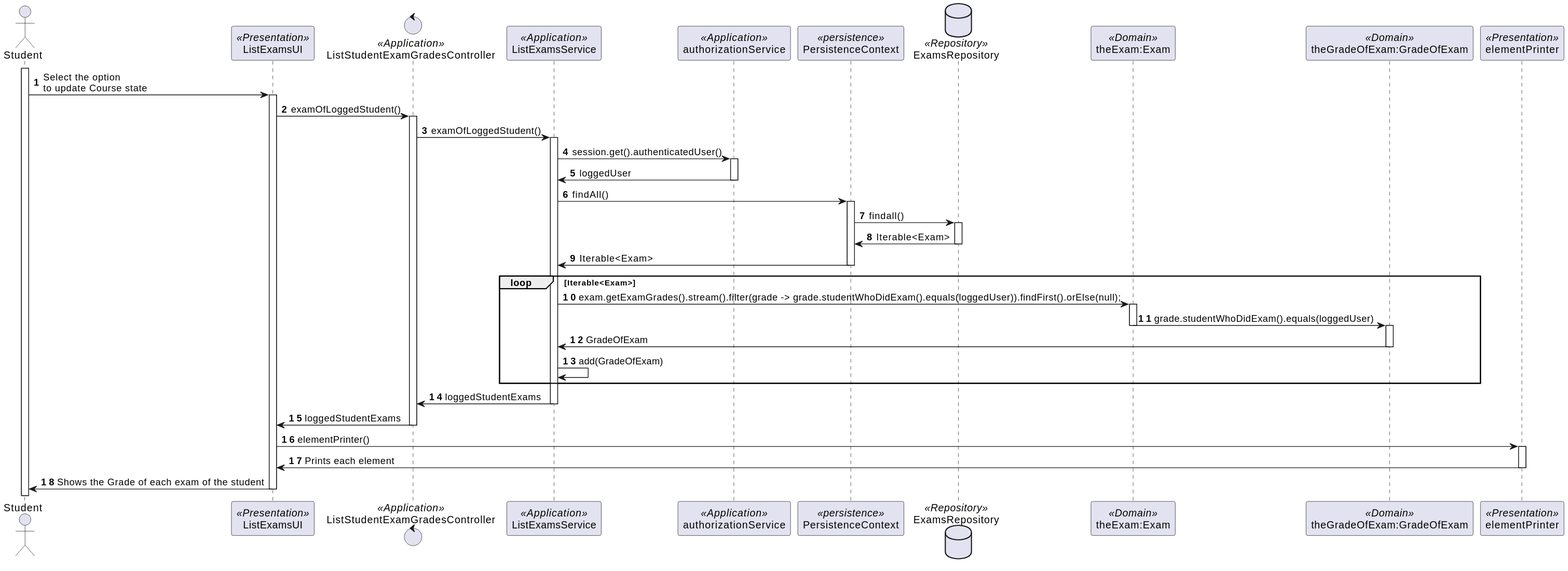
Above: docs/SPRINT C/US2005 - Student List of Grades/US2005-SD.svg in mascenso/isep-sem4-lapr4 (PlantUML), before the change. Its diagram source:
```plantuml
@startuml

autonumber

actor Student as Actor
activate Actor
participant ListExamsUI as UI <<Presentation>>
control ListStudentExamGradesController as Controller <<Application>>
participant ListExamsService as Service <<Application>>
participant authorizationService as AuthService <<Application>>
participant PersistenceContext as Persistence <<persistence>>
database ExamsRepository as Repository <<Repository>>
participant "theExam:Exam" as Exam <<Domain>>
participant "theGradeOfExam:GradeOfExam" as GradeOfExam <<Domain>>
participant elementPrinter as Printer <<Presentation>>

Actor -> UI: Select the option \nto update Course state
activate UI
UI -> Controller: examOfLoggedStudent()
activate Controller
Controller -> Service: examOfLoggedStudent()
activate Service
Service -> AuthService: session.get().authenticatedUser()
activate AuthService
AuthService -> Service: loggedUser
deactivate AuthService
Service -> Persistence: findAll()
activate Persistence
Persistence -> Repository: findall()
activate Repository
Repository -> Persistence: Iterable<Exam>
deactivate Repository
Persistence -> Service: Iterable<Exam>
deactivate Persistence
    loop Iterable<Exam>
        Service -> Exam: exam.getExamGrades().stream().filter(grade -> grade.studentWhoDidExam().equals(loggedUser)).findFirst().orElse(null);
        activate Exam
        Exam -> GradeOfExam: grade.studentWhoDidExam().equals(loggedUser)
        deactivate Exam
        activate GradeOfExam
        GradeOfExam -> Service: GradeOfExam
        deactivate GradeOfExam
        Service -> Service: add(GradeOfExam)
    end
Service -> Controller: loggedStudentExams
deactivate Service
Controller -> UI: loggedStudentExams
deactivate Controller
UI -> Printer: elementPrinter()
activate Printer
Printer -> UI: Prints each element
deactivate Printer
UI -> Actor: Shows the Grade of each exam of the student
deactivate UI
@enduml
```
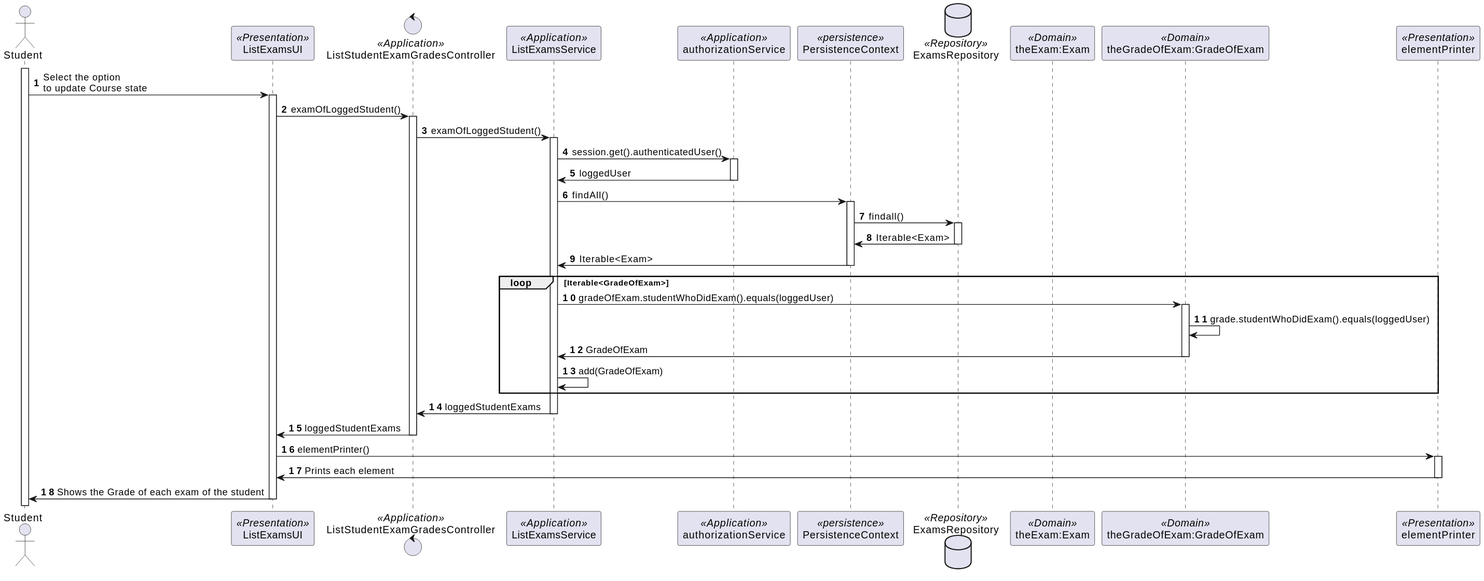
Later version of the same file.

Commit message:
[Sprint C][US2006] update docs and service

What changed in the source:
```diff
@@ -32,12 +32,10 @@
 deactivate Repository
 Persistence -> Service: Iterable<Exam>
 deactivate Persistence
-    loop Iterable<Exam>
-        Service -> Exam: exam.getExamGrades().stream().filter(grade -> grade.studentWhoDidExam().equals(loggedUser)).findFirst().orElse(null);
-        activate Exam
-        Exam -> GradeOfExam: grade.studentWhoDidExam().equals(loggedUser)
-        deactivate Exam
+    loop Iterable<GradeOfExam>
+        Service -> GradeOfExam: gradeOfExam.studentWhoDidExam().equals(loggedUser)
         activate GradeOfExam
+        GradeOfExam -> GradeOfExam: grade.studentWhoDidExam().equals(loggedUser)
         GradeOfExam -> Service: GradeOfExam
         deactivate GradeOfExam
         Service -> Service: add(GradeOfExam)
```
